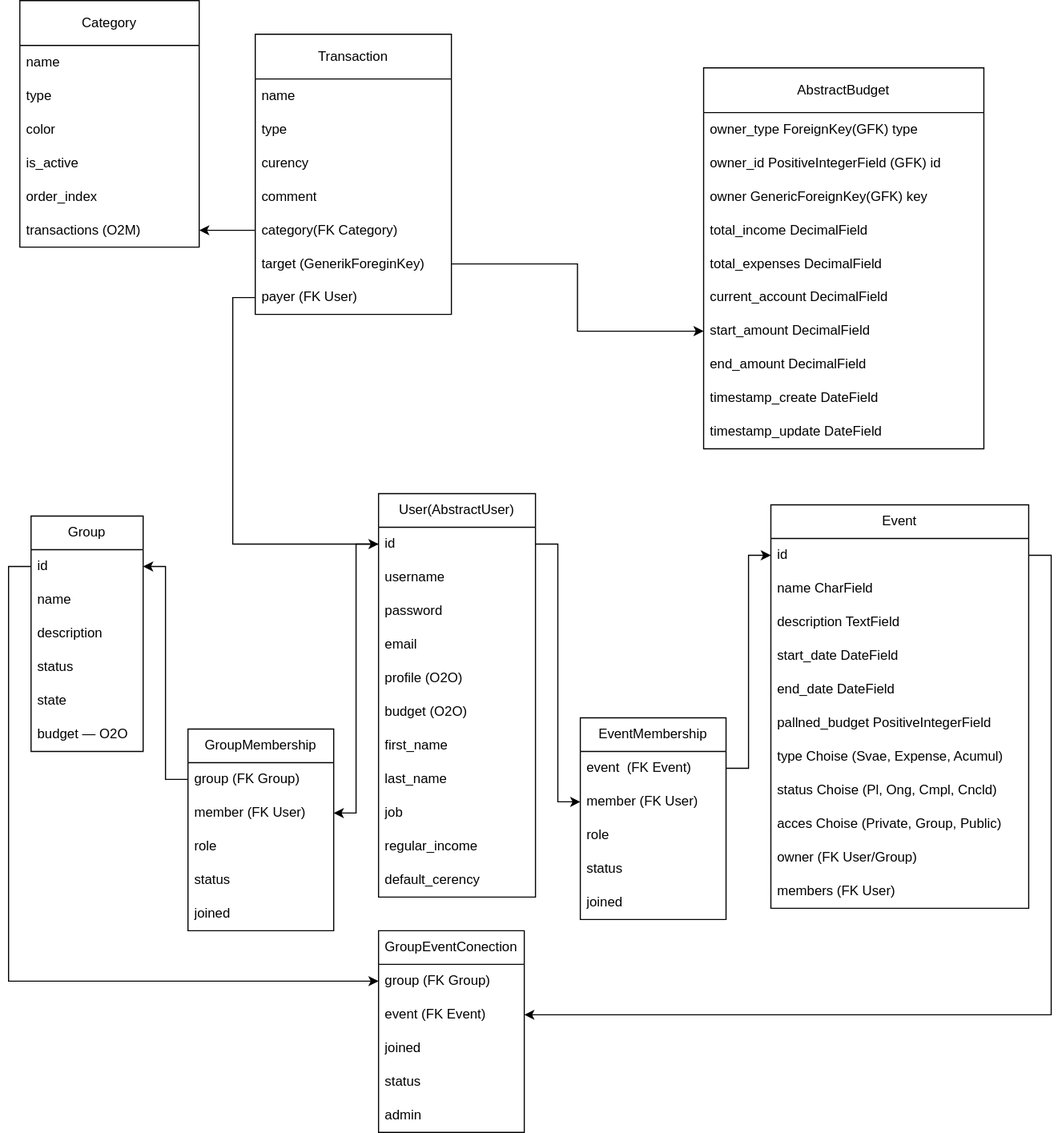
Vorongor/financial_tracker keeps this draw.io diagram as addition_info/core_structure.svg. Above is the earlier version. Source tidied: cells renumbered, new cells last; positions are measured from the earlier drawing's top-left corner, leaving out a move shared by most shapes.
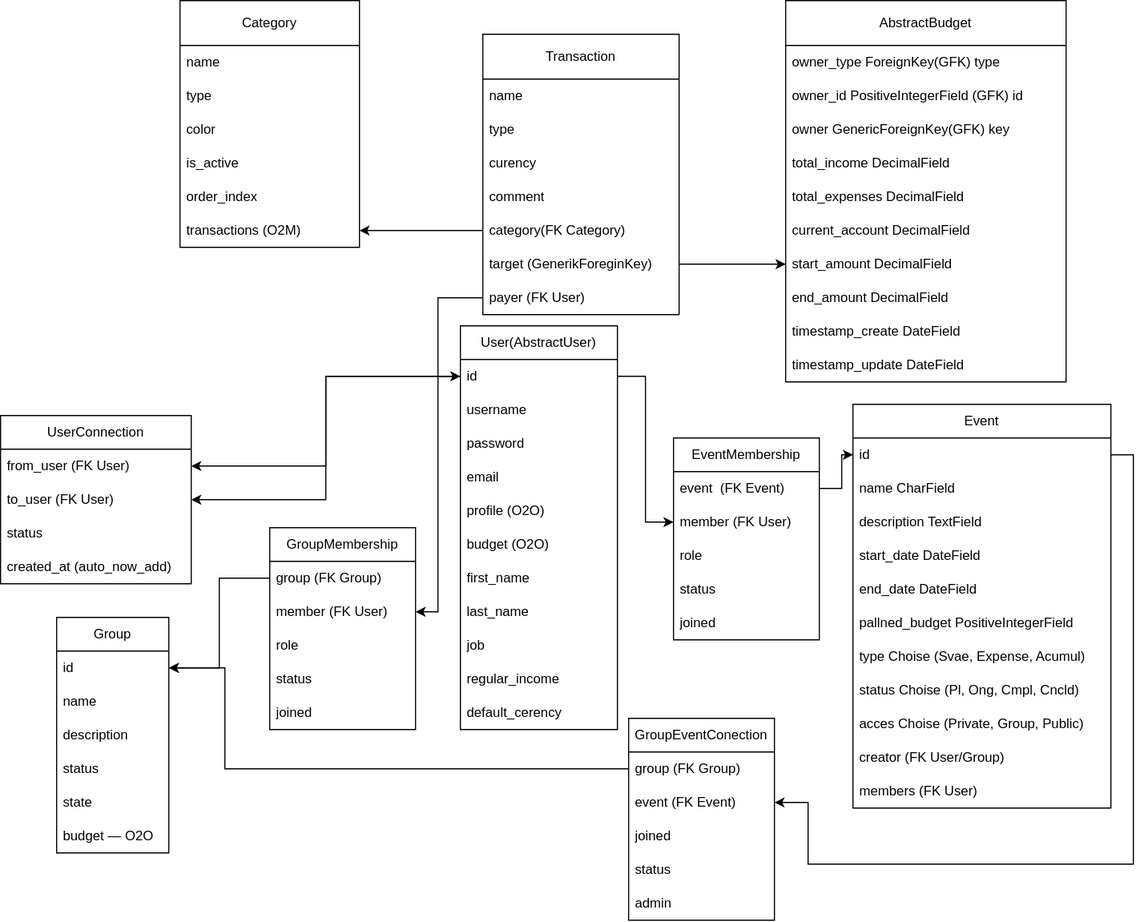
The same diagram one commit later.

Change to the diagram source:
```diff
@@ -3,7 +3,7 @@
     <mxCell id="0" />
     <mxCell id="1" parent="0" />
     <mxCell id="2" value="User(AbstractUser)" style="swimlane;fontStyle=0;horizontal=1;startSize=30;whiteSpace=wrap;html=1;" parent="1" vertex="1">
-      <mxGeometry x="320" y="440" width="140" height="360" as="geometry" />
+      <mxGeometry x="320" y="350" width="140" height="360" as="geometry" />
     </mxCell>
     <mxCell id="3" value="id" style="text;strokeColor=none;fillColor=none;align=left;verticalAlign=middle;spacingLeft=4;spacingRight=4;overflow=hidden;points=[[0,0.5],[1,0.5]];portConstraint=eastwest;whiteSpace=wrap;html=1;" parent="2" vertex="1">
       <mxGeometry y="30" width="140" height="30" as="geometry" />
@@ -39,7 +39,7 @@
       <mxGeometry y="330" width="140" height="30" as="geometry" />
     </mxCell>
     <mxCell id="14" value="Group" style="swimlane;fontStyle=0;horizontal=1;startSize=30;whiteSpace=wrap;html=1;" parent="1" vertex="1">
-      <mxGeometry x="10" y="460" width="100" height="210" as="geometry" />
+      <mxGeometry x="-40" y="610" width="100" height="210" as="geometry" />
     </mxCell>
     <mxCell id="15" value="id" style="text;strokeColor=none;fillColor=none;align=left;verticalAlign=middle;spacingLeft=4;spacingRight=4;overflow=hidden;points=[[0,0.5],[1,0.5]];portConstraint=eastwest;whiteSpace=wrap;html=1;" parent="14" vertex="1">
       <mxGeometry y="30" width="100" height="30" as="geometry" />
@@ -60,7 +60,7 @@
       <mxGeometry y="180" width="100" height="30" as="geometry" />
     </mxCell>
     <mxCell id="21" value="GroupMembership" style="swimlane;fontStyle=0;horizontal=1;startSize=30;whiteSpace=wrap;html=1;" parent="1" vertex="1">
-      <mxGeometry x="150" y="650" width="130" height="180" as="geometry" />
+      <mxGeometry x="150" y="530" width="130" height="180" as="geometry" />
     </mxCell>
     <mxCell id="22" value="group (FK Group)" style="text;strokeColor=none;fillColor=none;align=left;verticalAlign=middle;spacingLeft=4;spacingRight=4;overflow=hidden;points=[[0,0.5],[1,0.5]];portConstraint=eastwest;whiteSpace=wrap;html=1;" parent="21" vertex="1">
       <mxGeometry y="30" width="130" height="30" as="geometry" />
@@ -78,7 +78,7 @@
       <mxGeometry y="150" width="130" height="30" as="geometry" />
     </mxCell>
     <mxCell id="27" value="EventMembership" style="swimlane;fontStyle=0;horizontal=1;startSize=30;whiteSpace=wrap;html=1;" parent="1" vertex="1">
-      <mxGeometry x="500" y="640" width="130" height="180" as="geometry" />
+      <mxGeometry x="510" y="450" width="130" height="180" as="geometry" />
     </mxCell>
     <mxCell id="28" value="event&amp;nbsp; (FK Event)" style="text;strokeColor=none;fillColor=none;align=left;verticalAlign=middle;spacingLeft=4;spacingRight=4;overflow=hidden;points=[[0,0.5],[1,0.5]];portConstraint=eastwest;whiteSpace=wrap;html=1;" parent="27" vertex="1">
       <mxGeometry y="30" width="130" height="30" as="geometry" />
@@ -102,7 +102,7 @@
       <mxGeometry relative="1" as="geometry" />
     </mxCell>
     <mxCell id="35" value="Event" style="swimlane;fontStyle=0;horizontal=1;startSize=30;whiteSpace=wrap;html=1;" parent="1" vertex="1">
-      <mxGeometry x="670" y="450" width="230" height="360" as="geometry" />
+      <mxGeometry x="670" y="420" width="230" height="360" as="geometry" />
     </mxCell>
     <mxCell id="36" value="id" style="text;strokeColor=none;fillColor=none;align=left;verticalAlign=middle;spacingLeft=4;spacingRight=4;overflow=hidden;points=[[0,0.5],[1,0.5]];portConstraint=eastwest;whiteSpace=wrap;html=1;" parent="35" vertex="1">
       <mxGeometry y="30" width="230" height="30" as="geometry" />
@@ -131,14 +131,14 @@
     <mxCell id="44" value="acces Choise (Private, Group, Public)" style="text;strokeColor=none;fillColor=none;align=left;verticalAlign=middle;spacingLeft=4;spacingRight=4;overflow=hidden;whiteSpace=wrap;html=1;" parent="35" vertex="1">
       <mxGeometry y="270" width="230" height="30" as="geometry" />
     </mxCell>
-    <mxCell id="45" value="owner (FK User/Group)" style="text;strokeColor=none;fillColor=none;align=left;verticalAlign=middle;spacingLeft=4;spacingRight=4;overflow=hidden;whiteSpace=wrap;html=1;" parent="35" vertex="1">
+    <mxCell id="45" value="creator (FK User/Group)" style="text;strokeColor=none;fillColor=none;align=left;verticalAlign=middle;spacingLeft=4;spacingRight=4;overflow=hidden;whiteSpace=wrap;html=1;" parent="35" vertex="1">
       <mxGeometry y="300" width="230" height="30" as="geometry" />
     </mxCell>
     <mxCell id="46" value="members (FK User)" style="text;strokeColor=none;fillColor=none;align=left;verticalAlign=middle;spacingLeft=4;spacingRight=4;overflow=hidden;whiteSpace=wrap;html=1;" parent="35" vertex="1">
       <mxGeometry y="330" width="230" height="30" as="geometry" />
     </mxCell>
     <mxCell id="47" value="GroupEventConection" style="swimlane;fontStyle=0;horizontal=1;startSize=30;whiteSpace=wrap;html=1;" parent="1" vertex="1">
-      <mxGeometry x="320" y="830" width="130" height="180" as="geometry" />
+      <mxGeometry x="470" y="700" width="130" height="180" as="geometry" />
     </mxCell>
     <mxCell id="48" value="group (FK Group)" style="text;strokeColor=none;fillColor=none;align=left;verticalAlign=middle;spacingLeft=4;spacingRight=4;overflow=hidden;points=[[0,0.5],[1,0.5]];portConstraint=eastwest;whiteSpace=wrap;html=1;" parent="47" vertex="1">
       <mxGeometry y="30" width="130" height="30" as="geometry" />
@@ -156,11 +156,14 @@
       <mxGeometry y="150" width="130" height="30" as="geometry" />
     </mxCell>
     <mxCell id="53" style="edgeStyle=orthogonalEdgeStyle;rounded=0;jettySize=auto;html=1;exitX=1;exitY=0.5;exitDx=0;exitDy=0;entryX=1;entryY=0.5;entryDx=0;entryDy=0;" parent="1" edge="1" source="36" target="49">
-      <mxGeometry relative="1" as="geometry" />
+      <mxGeometry relative="1" as="geometry">
+        <Array as="points">
+          <mxPoint x="920" y="465" />
+          <mxPoint x="920" y="830" />
+          <mxPoint x="630" y="830" />
+        </Array>
+      </mxGeometry>
     </mxCell>
-    <mxCell id="54" style="edgeStyle=orthogonalEdgeStyle;rounded=0;jettySize=auto;html=1;exitX=0;exitY=0.5;exitDx=0;exitDy=0;entryX=0;entryY=0.5;entryDx=0;entryDy=0;" parent="1" edge="1" source="15" target="48">
-      <mxGeometry relative="1" as="geometry" />
-    </mxCell>
     <mxCell id="55" value="AbstractBudget" style="swimlane;fontStyle=0;horizontal=1;startSize=40;whiteSpace=wrap;html=1;" parent="1" vertex="1">
       <mxGeometry x="610" y="60" width="250" height="340" as="geometry" />
     </mxCell>
@@ -195,7 +198,7 @@
       <mxGeometry y="310" width="250" height="30" as="geometry" />
     </mxCell>
     <mxCell id="66" value="Category" style="swimlane;fontStyle=0;horizontal=1;startSize=40;whiteSpace=wrap;html=1;" parent="1" vertex="1">
-      <mxGeometry width="160" height="220" as="geometry" />
+      <mxGeometry x="70" y="60" width="160" height="220" as="geometry" />
     </mxCell>
     <mxCell id="67" value="name" style="text;strokeColor=none;fillColor=none;align=left;verticalAlign=middle;spacingLeft=4;spacingRight=4;overflow=hidden;whiteSpace=wrap;html=1;" parent="66" vertex="1">
       <mxGeometry y="40" width="160" height="30" as="geometry" />
@@ -219,7 +222,7 @@
       <mxGeometry relative="1" as="geometry" />
     </mxCell>
     <mxCell id="74" value="Transaction" style="swimlane;fontStyle=0;horizontal=1;startSize=40;whiteSpace=wrap;html=1;" parent="1" vertex="1">
-      <mxGeometry x="210" y="30" width="175" height="250" as="geometry" />
+      <mxGeometry x="340" y="90" width="175" height="250" as="geometry" />
     </mxCell>
     <mxCell id="75" value="name" style="text;strokeColor=none;fillColor=none;align=left;verticalAlign=middle;spacingLeft=4;spacingRight=4;overflow=hidden;whiteSpace=wrap;html=1;" parent="74" vertex="1">
       <mxGeometry y="40" width="175" height="30" as="geometry" />
@@ -254,5 +257,34 @@
     <mxCell id="85" style="edgeStyle=orthogonalEdgeStyle;rounded=0;jettySize=auto;html=1;exitX=1;exitY=0.5;exitDx=0;exitDy=0;entryX=0;entryY=0.5;entryDx=0;entryDy=0;" parent="1" edge="1" source="28" target="36">
       <mxGeometry relative="1" as="geometry" />
     </mxCell>
+    <mxCell id="86" value="UserConnection" style="swimlane;fontStyle=0;horizontal=1;startSize=30;whiteSpace=wrap;html=1;" parent="1" vertex="1">
+      <mxGeometry x="-90" y="430" width="170" height="150" as="geometry" />
+    </mxCell>
+    <mxCell id="87" value="from_user (FK User)" style="text;strokeColor=none;fillColor=none;align=left;verticalAlign=middle;spacingLeft=4;spacingRight=4;overflow=hidden;points=[[0,0.5],[1,0.5]];portConstraint=eastwest;whiteSpace=wrap;html=1;" parent="86" vertex="1">
+      <mxGeometry y="30" width="170" height="30" as="geometry" />
+    </mxCell>
+    <mxCell id="88" value="to_user (FK User)" style="text;strokeColor=none;fillColor=none;align=left;verticalAlign=middle;spacingLeft=4;spacingRight=4;overflow=hidden;whiteSpace=wrap;html=1;" parent="86" vertex="1">
+      <mxGeometry y="60" width="170" height="30" as="geometry" />
+    </mxCell>
+    <mxCell id="89" value="status" style="text;strokeColor=none;fillColor=none;align=left;verticalAlign=middle;spacingLeft=4;spacingRight=4;overflow=hidden;whiteSpace=wrap;html=1;" parent="86" vertex="1">
+      <mxGeometry y="90" width="170" height="30" as="geometry" />
+    </mxCell>
+    <mxCell id="90" value="created_at (auto_now_add)" style="text;strokeColor=none;fillColor=none;align=left;verticalAlign=middle;spacingLeft=4;spacingRight=4;overflow=hidden;whiteSpace=wrap;html=1;" parent="86" vertex="1">
+      <mxGeometry y="120" width="170" height="30" as="geometry" />
+    </mxCell>
+    <mxCell id="91" style="edgeStyle=orthogonalEdgeStyle;rounded=0;jettySize=auto;html=1;exitX=0;exitY=0.5;exitDx=0;exitDy=0;entryX=1;entryY=0.5;entryDx=0;entryDy=0;" parent="1" edge="1" source="3" target="87">
+      <mxGeometry relative="1" as="geometry" />
+    </mxCell>
+    <mxCell id="92" style="edgeStyle=orthogonalEdgeStyle;rounded=0;jettySize=auto;html=1;exitX=0;exitY=0.5;exitDx=0;exitDy=0;entryX=1;entryY=0.5;entryDx=0;entryDy=0;" parent="1" edge="1" source="3" target="86">
+      <mxGeometry relative="1" as="geometry" />
+    </mxCell>
+    <mxCell id="93" style="edgeStyle=orthogonalEdgeStyle;rounded=0;jettySize=auto;html=1;exitX=0;exitY=0.5;exitDx=0;exitDy=0;entryX=1;entryY=0.5;entryDx=0;entryDy=0;" parent="1" edge="1" source="48" target="15">
+      <mxGeometry relative="1" as="geometry">
+        <Array as="points">
+          <mxPoint x="110" y="745" />
+          <mxPoint x="110" y="655" />
+        </Array>
+      </mxGeometry>
+    </mxCell>
   </root>
 </mxGraphModel>
```
